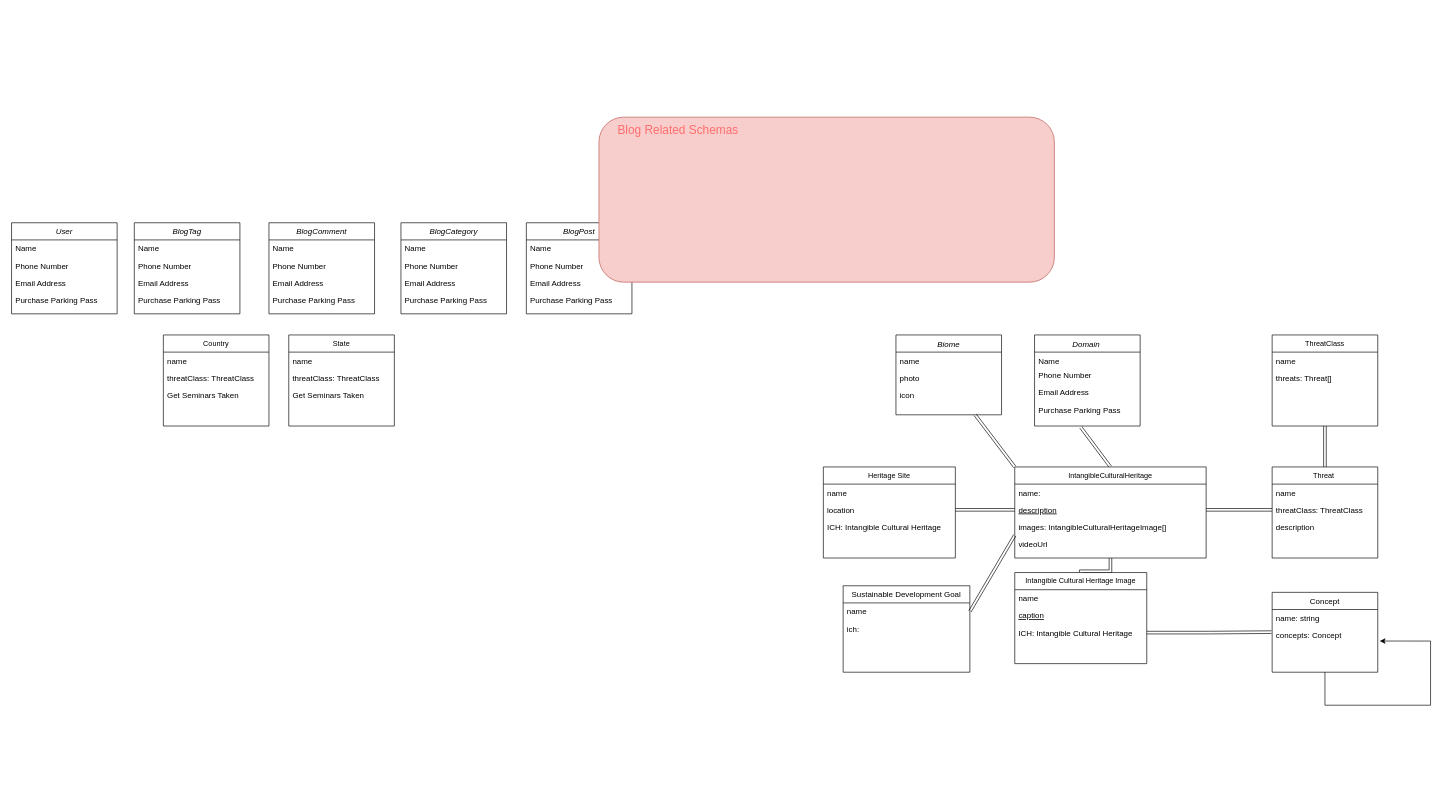
etefaghian/work-unesco keeps this draw.io diagram as Untitled Diagram.drawio. Above is the earlier version. Source tidied: cells renumbered, new cells numbered last; positions are measured from the earlier drawing's top-left corner, leaving out a move shared by most shapes. Both pictures are drawn from the tidied source at 66%, with x=0, y=0 at pixel (11, 117).
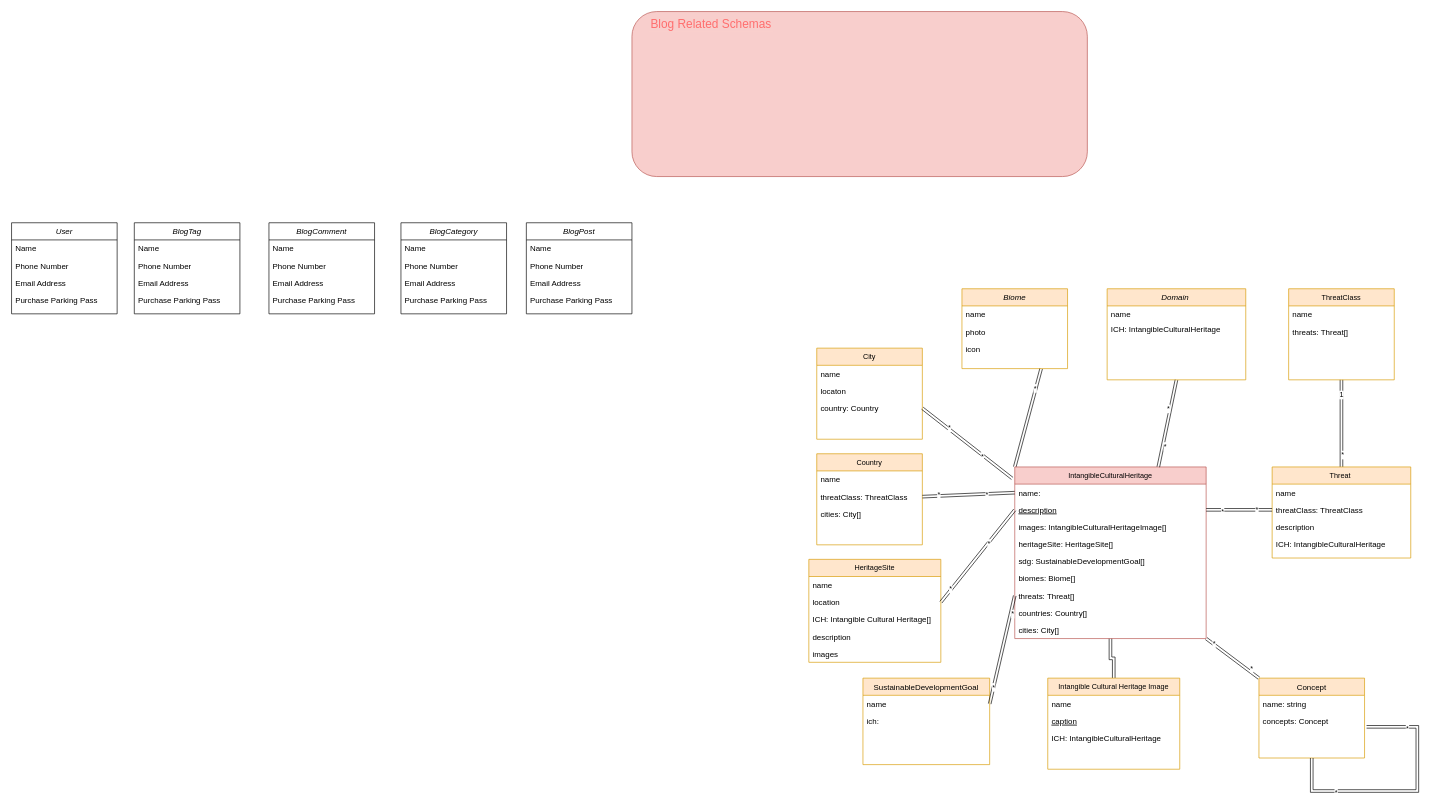
The same page after the edit.

The change refers to these unchanged cells:
```xml
<mxCell id="2" style="edgeStyle=none;shape=link;rounded=0;jettySize=auto;html=1;exitX=0.75;exitY=1;exitDx=0;exitDy=0;entryX=0;entryY=0;entryDx=0;entryDy=0;" parent="1" edge="1" source="3" target="9">
  <mxGeometry relative="1" as="geometry" />
</mxCell>
<mxCell id="10" value="name:" style="text;align=left;verticalAlign=top;spacingLeft=4;spacingRight=4;overflow=hidden;points=[[0,0.5],[1,0.5]];portConstraint=eastwest;" parent="9" vertex="1">
  <mxGeometry y="26" width="290" height="26" as="geometry" />
</mxCell>
<mxCell id="16" value="concepts: Concept" style="text;align=left;verticalAlign=top;spacingLeft=4;spacingRight=4;overflow=hidden;points=[[0,0.5],[1,0.5]];portConstraint=eastwest;" parent="14" vertex="1">
  <mxGeometry y="52" width="160" height="26" as="geometry" />
</mxCell>
<mxCell id="25" style="edgeStyle=orthogonalEdgeStyle;rounded=0;jettySize=auto;html=1;exitX=0.5;exitY=1;exitDx=0;exitDy=0;entryX=0.5;entryY=0;entryDx=0;entryDy=0;shape=link;" parent="1" edge="1" source="26" target="29">
  <mxGeometry relative="1" as="geometry" />
</mxCell>
<mxCell id="48" value="threatClass: ThreatClass" style="text;align=left;verticalAlign=top;spacingLeft=4;spacingRight=4;overflow=hidden;points=[[0,0.5],[1,0.5]];portConstraint=eastwest;rounded=0;shadow=0;html=0;" parent="46" vertex="1">
  <mxGeometry y="52" width="160" height="26" as="geometry" />
</mxCell>
<mxCell id="78" style="edgeStyle=none;shape=link;rounded=0;jettySize=auto;html=1;exitX=1;exitY=0.5;exitDx=0;exitDy=0;entryX=0;entryY=0.5;entryDx=0;entryDy=0;" parent="1" edge="1" source="11" target="31">
  <mxGeometry relative="1" as="geometry" />
</mxCell>
<mxCell id="79" style="edgeStyle=none;shape=link;rounded=0;jettySize=auto;html=1;exitX=1;exitY=0.5;exitDx=0;exitDy=0;entryX=0;entryY=0.5;entryDx=0;entryDy=0;" parent="1" edge="1" source="23" target="11">
  <mxGeometry relative="1" as="geometry" />
</mxCell>
<mxCell id="80" style="edgeStyle=none;shape=link;rounded=0;jettySize=auto;html=1;exitX=1;exitY=0.5;exitDx=0;exitDy=0;entryX=0;entryY=0.75;entryDx=0;entryDy=0;" parent="1" edge="1" source="19" target="9">
  <mxGeometry relative="1" as="geometry" />
</mxCell>
```

The edit, as a diff of the source:
```diff
@@
+    <mxCell id="81" value="*" style="edgeLabel;html=1;align=center;verticalAlign=middle;" parent="2" vertex="1">
+      <mxGeometry x="-0.6" y="-1" relative="1" as="geometry" />
+    </mxCell>
-    <mxCell id="3" value="Biome" style="swimlane;fontStyle=2;align=center;verticalAlign=top;horizontal=1;startSize=26;rounded=0;shadow=0;strokeWidth=1;" parent="1" vertex="1">
-      <mxGeometry x="1340" y="330" width="160" height="121" as="geometry" />
+    <mxCell id="3" value="Biome" style="swimlane;fontStyle=2;align=center;verticalAlign=top;horizontal=1;startSize=26;rounded=0;shadow=0;strokeWidth=1;fillColor=#ffe6cc;strokeColor=#d79b00;" parent="1" vertex="1">
+      <mxGeometry x="1440" y="260" width="160" height="121" as="geometry" />
     </mxCell>
@@
-    <mxCell id="8" style="edgeStyle=none;shape=link;rounded=0;jettySize=auto;html=1;exitX=0.5;exitY=0;exitDx=0;exitDy=0;" parent="1" edge="1" source="9">
-      <mxGeometry relative="1" as="geometry">
-        <mxPoint x="1620.1" y="470" as="targetPoint" />
-      </mxGeometry>
-    </mxCell>
+    <mxCell id="82" style="edgeStyle=none;shape=link;rounded=0;jettySize=auto;html=1;exitX=1;exitY=1;exitDx=0;exitDy=0;entryX=0;entryY=0;entryDx=0;entryDy=0;labelBackgroundColor=#FFB570;" parent="1" edge="1" source="9" target="14">
+      <mxGeometry relative="1" as="geometry" />
+    </mxCell>
+    <mxCell id="83" value="*" style="edgeLabel;html=1;align=center;verticalAlign=middle;" parent="82" vertex="1">
+      <mxGeometry x="-0.72" y="1" relative="1" as="geometry" />
+    </mxCell>
+    <mxCell id="84" value="*" style="edgeLabel;html=1;align=center;verticalAlign=middle;" parent="82" vertex="1">
+      <mxGeometry x="0.63" y="5" relative="1" as="geometry" />
+    </mxCell>
-    <mxCell id="9" value="IntangibleCulturalHeritage" style="swimlane;fontStyle=0;align=center;verticalAlign=top;horizontal=1;startSize=26;rounded=0;shadow=0;strokeWidth=1;fontSize=11;" parent="1" vertex="1">
-      <mxGeometry x="1520" y="530" width="290" height="138" as="geometry" />
+    <mxCell id="9" value="IntangibleCulturalHeritage" style="swimlane;fontStyle=0;align=center;verticalAlign=top;horizontal=1;startSize=26;rounded=0;shadow=0;strokeWidth=1;fontSize=11;fillColor=#f8cecc;strokeColor=#b85450;" parent="1" vertex="1">
+      <mxGeometry x="1520" y="530" width="290" height="260" as="geometry" />
     </mxCell>
@@
-    <mxCell id="13" value="videoUrl" style="text;align=left;verticalAlign=top;spacingLeft=4;spacingRight=4;overflow=hidden;" parent="9" vertex="1">
+    <mxCell id="13" value="heritageSite: HeritageSite[]" style="text;align=left;verticalAlign=top;spacingLeft=4;spacingRight=4;overflow=hidden;" parent="9" vertex="1">
       <mxGeometry y="104" width="290" height="26" as="geometry" />
     </mxCell>
+    <mxCell id="85" value="sdg: SustainableDevelopmentGoal[]" style="text;align=left;verticalAlign=top;spacingLeft=4;spacingRight=4;overflow=hidden;" parent="9" vertex="1">
+      <mxGeometry y="130" width="290" height="26" as="geometry" />
+    </mxCell>
+    <mxCell id="86" value="biomes: Biome[]" style="text;align=left;verticalAlign=top;spacingLeft=4;spacingRight=4;overflow=hidden;" parent="9" vertex="1">
+      <mxGeometry y="156" width="290" height="26" as="geometry" />
+    </mxCell>
+    <mxCell id="87" value="threats: Threat[]&#10; " style="text;align=left;verticalAlign=top;spacingLeft=4;spacingRight=4;overflow=hidden;" parent="9" vertex="1">
+      <mxGeometry y="182" width="290" height="26" as="geometry" />
+    </mxCell>
+    <mxCell id="88" value="countries: Country[]&#10; " style="text;align=left;verticalAlign=top;spacingLeft=4;spacingRight=4;overflow=hidden;" parent="9" vertex="1">
+      <mxGeometry y="208" width="290" height="26" as="geometry" />
+    </mxCell>
+    <mxCell id="89" value="cities: City[]&#10; " style="text;align=left;verticalAlign=top;spacingLeft=4;spacingRight=4;overflow=hidden;" parent="9" vertex="1">
+      <mxGeometry y="234" width="290" height="26" as="geometry" />
+    </mxCell>
-    <mxCell id="14" value="Concept" style="swimlane;fontStyle=0;align=center;verticalAlign=top;horizontal=1;startSize=26;rounded=0;shadow=0;strokeWidth=1;" parent="1" vertex="1">
-      <mxGeometry x="1910" y="720" width="160" height="121" as="geometry" />
+    <mxCell id="14" value="Concept" style="swimlane;fontStyle=0;align=center;verticalAlign=top;horizontal=1;startSize=26;rounded=0;shadow=0;strokeWidth=1;fillColor=#ffe6cc;strokeColor=#d79b00;" parent="1" vertex="1">
+      <mxGeometry x="1890" y="850" width="160" height="121" as="geometry" />
     </mxCell>
@@
-    <mxCell id="17" style="edgeStyle=orthogonalEdgeStyle;rounded=0;jettySize=auto;html=1;exitX=0.5;exitY=1;exitDx=0;exitDy=0;entryX=1.019;entryY=0.837;entryDx=0;entryDy=0;entryPerimeter=0;" parent="14" edge="1" source="14" target="16">
+    <mxCell id="17" style="edgeStyle=orthogonalEdgeStyle;rounded=0;jettySize=auto;html=1;exitX=0.5;exitY=1;exitDx=0;exitDy=0;entryX=1.019;entryY=0.837;entryDx=0;entryDy=0;entryPerimeter=0;shape=link;" parent="14" edge="1" source="14" target="16">
       <mxGeometry relative="1" as="geometry">
         <Array as="points">
           <mxPoint x="80" y="171" />
           <mxPoint x="240" y="171" />
           <mxPoint x="240" y="74" />
         </Array>
       </mxGeometry>
     </mxCell>
+    <mxCell id="90" value="*" style="edgeLabel;html=1;align=center;verticalAlign=middle;" parent="17" vertex="1">
+      <mxGeometry x="0.68" y="2" relative="1" as="geometry" />
+    </mxCell>
+    <mxCell id="91" value="*" style="edgeLabel;html=1;align=center;verticalAlign=middle;" parent="17" vertex="1">
+      <mxGeometry x="-0.55" y="-1" relative="1" as="geometry" />
+    </mxCell>
-    <mxCell id="18" value="Sustainable Development Goal" style="swimlane;fontStyle=0;align=center;verticalAlign=top;horizontal=1;startSize=26;rounded=0;shadow=0;strokeWidth=1;" parent="1" vertex="1">
-      <mxGeometry x="1260" y="710" width="192" height="131" as="geometry" />
+    <mxCell id="18" value="SustainableDevelopmentGoal" style="swimlane;fontStyle=0;align=center;verticalAlign=top;horizontal=1;startSize=26;rounded=0;shadow=0;strokeWidth=1;fillColor=#ffe6cc;strokeColor=#d79b00;" parent="1" vertex="1">
+      <mxGeometry x="1290" y="850" width="192" height="131" as="geometry" />
     </mxCell>
@@
-    <mxCell id="21" value="Heritage Site" style="swimlane;fontStyle=0;align=center;verticalAlign=top;horizontal=1;startSize=26;rounded=0;shadow=0;strokeWidth=1;fontSize=11;" parent="1" vertex="1">
-      <mxGeometry x="1230" y="530" width="200" height="138" as="geometry" />
+    <mxCell id="21" value="HeritageSite" style="swimlane;fontStyle=0;align=center;verticalAlign=top;horizontal=1;startSize=26;rounded=0;shadow=0;strokeWidth=1;fontSize=11;fillColor=#ffe6cc;strokeColor=#d79b00;" parent="1" vertex="1">
+      <mxGeometry x="1208" y="670" width="200" height="156" as="geometry" />
     </mxCell>
@@
-    <mxCell id="24" value="ICH: Intangible Cultural Heritage" style="text;align=left;verticalAlign=top;spacingLeft=4;spacingRight=4;overflow=hidden;" parent="21" vertex="1">
+    <mxCell id="24" value="ICH: Intangible Cultural Heritage[]" style="text;align=left;verticalAlign=top;spacingLeft=4;spacingRight=4;overflow=hidden;" parent="21" vertex="1">
       <mxGeometry y="78" width="200" height="26" as="geometry" />
     </mxCell>
+    <mxCell id="92" value="description" style="text;align=left;verticalAlign=top;spacingLeft=4;spacingRight=4;overflow=hidden;rounded=0;shadow=0;html=0;" parent="21" vertex="1">
+      <mxGeometry y="104" width="200" height="26" as="geometry" />
+    </mxCell>
+    <mxCell id="93" value="images" style="text;align=left;verticalAlign=top;spacingLeft=4;spacingRight=4;overflow=hidden;rounded=0;shadow=0;html=0;" parent="21" vertex="1">
+      <mxGeometry y="130" width="200" height="26" as="geometry" />
+    </mxCell>
@@
+    <mxCell id="94" value="*" style="edgeLabel;html=1;align=center;verticalAlign=middle;" parent="25" vertex="1">
+      <mxGeometry x="0.71" y="1" relative="1" as="geometry" />
+    </mxCell>
+    <mxCell id="95" value="1" style="edgeLabel;html=1;align=center;verticalAlign=middle;" parent="25" vertex="1">
+      <mxGeometry x="-0.66" y="-1" relative="1" as="geometry" />
+    </mxCell>
-    <mxCell id="26" value="ThreatClass" style="swimlane;fontStyle=0;align=center;verticalAlign=top;horizontal=1;startSize=26;rounded=0;shadow=0;strokeWidth=1;fontSize=11;" parent="1" vertex="1">
-      <mxGeometry x="1910" y="330" width="160" height="138" as="geometry" />
+    <mxCell id="26" value="ThreatClass" style="swimlane;fontStyle=0;align=center;verticalAlign=top;horizontal=1;startSize=26;rounded=0;shadow=0;strokeWidth=1;fontSize=11;fillColor=#ffe6cc;strokeColor=#d79b00;" parent="1" vertex="1">
+      <mxGeometry x="1935" y="260" width="160" height="138" as="geometry" />
     </mxCell>
@@
-    <mxCell id="29" value="Threat " style="swimlane;fontStyle=0;align=center;verticalAlign=top;horizontal=1;startSize=26;rounded=0;shadow=0;strokeWidth=1;fontSize=11;" parent="1" vertex="1">
-      <mxGeometry x="1910" y="530" width="160" height="138" as="geometry" />
+    <mxCell id="29" value="Threat " style="swimlane;fontStyle=0;align=center;verticalAlign=top;horizontal=1;startSize=26;rounded=0;shadow=0;strokeWidth=1;fontSize=11;fillColor=#ffe6cc;strokeColor=#d79b00;" parent="1" vertex="1">
+      <mxGeometry x="1910" y="530" width="210" height="138" as="geometry" />
     </mxCell>
     <mxCell id="30" value="name" style="text;align=left;verticalAlign=top;spacingLeft=4;spacingRight=4;overflow=hidden;" parent="29" vertex="1">
-      <mxGeometry y="26" width="160" height="26" as="geometry" />
+      <mxGeometry y="26" width="210" height="26" as="geometry" />
     </mxCell>
     <mxCell id="31" value="threatClass: ThreatClass" style="text;align=left;verticalAlign=top;spacingLeft=4;spacingRight=4;overflow=hidden;points=[[0,0.5],[1,0.5]];portConstraint=eastwest;rounded=0;shadow=0;html=0;" parent="29" vertex="1">
-      <mxGeometry y="52" width="160" height="26" as="geometry" />
+      <mxGeometry y="52" width="210" height="26" as="geometry" />
     </mxCell>
     <mxCell id="32" value="description" style="text;align=left;verticalAlign=top;spacingLeft=4;spacingRight=4;overflow=hidden;rounded=0;shadow=0;html=0;" parent="29" vertex="1">
-      <mxGeometry y="78" width="160" height="26" as="geometry" />
+      <mxGeometry y="78" width="210" height="26" as="geometry" />
     </mxCell>
+    <mxCell id="96" value="ICH: IntangibleCulturalHeritage" style="text;align=left;verticalAlign=top;spacingLeft=4;spacingRight=4;overflow=hidden;rounded=0;shadow=0;html=0;" parent="29" vertex="1">
+      <mxGeometry y="104" width="210" height="26" as="geometry" />
+    </mxCell>
+    <mxCell id="97" style="edgeStyle=none;shape=link;rounded=0;jettySize=auto;html=1;exitX=0.5;exitY=1;exitDx=0;exitDy=0;entryX=0.75;entryY=0;entryDx=0;entryDy=0;labelBackgroundColor=#FFB570;" parent="1" edge="1" source="33" target="9">
+      <mxGeometry relative="1" as="geometry" />
+    </mxCell>
+    <mxCell id="98" value="*" style="edgeLabel;html=1;align=center;verticalAlign=middle;" parent="97" vertex="1">
+      <mxGeometry x="-0.33" y="-3" relative="1" as="geometry" />
+    </mxCell>
+    <mxCell id="99" value="*" style="edgeLabel;html=1;align=center;verticalAlign=middle;" parent="97" vertex="1">
+      <mxGeometry x="0.51" y="3" relative="1" as="geometry" />
+    </mxCell>
-    <mxCell id="33" value="Domain " style="swimlane;fontStyle=2;align=center;verticalAlign=top;horizontal=1;startSize=26;rounded=0;shadow=0;strokeWidth=1;" parent="1" vertex="1">
-      <mxGeometry x="1550" y="330" width="160" height="138" as="geometry" />
+    <mxCell id="33" value="Domain " style="swimlane;fontStyle=2;align=center;verticalAlign=top;horizontal=1;startSize=26;rounded=0;shadow=0;strokeWidth=1;fillColor=#ffe6cc;strokeColor=#d79b00;" parent="1" vertex="1">
+      <mxGeometry x="1660" y="260" width="210" height="138" as="geometry" />
     </mxCell>
-    <mxCell id="34" value="Name" style="text;align=left;verticalAlign=top;spacingLeft=4;spacingRight=4;overflow=hidden;" parent="33" vertex="1">
-      <mxGeometry y="26" width="160" height="22" as="geometry" />
+    <mxCell id="34" value="name" style="text;align=left;verticalAlign=top;spacingLeft=4;spacingRight=4;overflow=hidden;" parent="33" vertex="1">
+      <mxGeometry y="26" width="210" height="22" as="geometry" />
     </mxCell>
-    <mxCell id="35" value="Phone Number" style="text;align=left;verticalAlign=top;spacingLeft=4;spacingRight=4;overflow=hidden;rounded=0;shadow=0;html=0;" parent="33" vertex="1">
-      <mxGeometry y="48" width="160" height="26" as="geometry" />
-    </mxCell>
-    <mxCell id="36" value="Email Address" style="text;align=left;verticalAlign=top;spacingLeft=4;spacingRight=4;overflow=hidden;rounded=0;shadow=0;html=0;" parent="33" vertex="1">
-      <mxGeometry y="74" width="160" height="26" as="geometry" />
-    </mxCell>
-    <mxCell id="37" value="Purchase Parking Pass" style="text;align=left;verticalAlign=top;spacingLeft=4;spacingRight=4;overflow=hidden;" parent="33" vertex="1">
-      <mxGeometry y="100" width="160" height="26" as="geometry" />
-    </mxCell>
+    <mxCell id="100" value="ICH: IntangibleCulturalHeritage" style="text;align=left;verticalAlign=top;spacingLeft=4;spacingRight=4;overflow=hidden;" parent="33" vertex="1">
+      <mxGeometry y="48" width="210" height="22" as="geometry" />
+    </mxCell>
-    <mxCell id="38" value="Intangible Cultural Heritage Image" style="swimlane;fontStyle=0;align=center;verticalAlign=top;horizontal=1;startSize=26;rounded=0;shadow=0;strokeWidth=1;fontSize=11;" parent="1" vertex="1">
-      <mxGeometry x="1520" y="690" width="200" height="138" as="geometry" />
+    <mxCell id="38" value="Intangible Cultural Heritage Image" style="swimlane;fontStyle=0;align=center;verticalAlign=top;horizontal=1;startSize=26;rounded=0;shadow=0;strokeWidth=1;fontSize=11;fillColor=#ffe6cc;strokeColor=#d79b00;" parent="1" vertex="1">
+      <mxGeometry x="1570" y="850" width="200" height="138" as="geometry" />
     </mxCell>
@@
-    <mxCell id="41" value="ICH: Intangible Cultural Heritage" style="text;align=left;verticalAlign=top;spacingLeft=4;spacingRight=4;overflow=hidden;points=[[0,0.5],[1,0.5]];portConstraint=eastwest;" parent="38" vertex="1">
+    <mxCell id="41" value="ICH: IntangibleCulturalHeritage" style="text;align=left;verticalAlign=top;spacingLeft=4;spacingRight=4;overflow=hidden;points=[[0,0.5],[1,0.5]];portConstraint=eastwest;" parent="38" vertex="1">
       <mxGeometry y="78" width="200" height="26" as="geometry" />
     </mxCell>
-    <mxCell id="42" value="State" style="swimlane;fontStyle=0;align=center;verticalAlign=top;horizontal=1;startSize=26;rounded=0;shadow=0;strokeWidth=1;fontSize=11;" parent="1" vertex="1">
-      <mxGeometry x="420" y="330" width="160" height="138" as="geometry" />
+    <mxCell id="42" value="City" style="swimlane;fontStyle=0;align=center;verticalAlign=top;horizontal=1;startSize=26;rounded=0;shadow=0;strokeWidth=1;fontSize=11;fillColor=#ffe6cc;strokeColor=#d79b00;" parent="1" vertex="1">
+      <mxGeometry x="1220" y="350" width="160" height="138" as="geometry" />
     </mxCell>
@@
-    <mxCell id="44" value="threatClass: ThreatClass" style="text;align=left;verticalAlign=top;spacingLeft=4;spacingRight=4;overflow=hidden;rounded=0;shadow=0;html=0;" parent="42" vertex="1">
+    <mxCell id="44" value="locaton" style="text;align=left;verticalAlign=top;spacingLeft=4;spacingRight=4;overflow=hidden;rounded=0;shadow=0;html=0;" parent="42" vertex="1">
       <mxGeometry y="52" width="160" height="26" as="geometry" />
     </mxCell>
-    <mxCell id="45" value="Get Seminars Taken" style="text;align=left;verticalAlign=top;spacingLeft=4;spacingRight=4;overflow=hidden;points=[[0,0.5],[1,0.5]];portConstraint=eastwest;" parent="42" vertex="1">
+    <mxCell id="45" value="country: Country" style="text;align=left;verticalAlign=top;spacingLeft=4;spacingRight=4;overflow=hidden;points=[[0,0.5],[1,0.5]];portConstraint=eastwest;" parent="42" vertex="1">
       <mxGeometry y="78" width="160" height="26" as="geometry" />
     </mxCell>
-    <mxCell id="46" value="Country" style="swimlane;fontStyle=0;align=center;verticalAlign=top;horizontal=1;startSize=26;rounded=0;shadow=0;strokeWidth=1;fontSize=11;" parent="1" vertex="1">
-      <mxGeometry x="230" y="330" width="160" height="138" as="geometry" />
+    <mxCell id="46" value="Country" style="swimlane;fontStyle=0;align=center;verticalAlign=top;horizontal=1;startSize=26;rounded=0;shadow=0;strokeWidth=1;fontSize=11;fillColor=#ffe6cc;strokeColor=#d79b00;" parent="1" vertex="1">
+      <mxGeometry x="1220" y="510" width="160" height="138" as="geometry" />
     </mxCell>
@@
-    <mxCell id="49" value="Get Seminars Taken" style="text;align=left;verticalAlign=top;spacingLeft=4;spacingRight=4;overflow=hidden;" parent="46" vertex="1">
+    <mxCell id="49" value="cities: City[]" style="text;align=left;verticalAlign=top;spacingLeft=4;spacingRight=4;overflow=hidden;" parent="46" vertex="1">
       <mxGeometry y="78" width="160" height="26" as="geometry" />
     </mxCell>
@@
     <mxCell id="75" style="rounded=1;whiteSpace=wrap;html=1;fillColor=#f8cecc;strokeColor=#b85450;" parent="1" vertex="1">
-      <mxGeometry x="890" width="690" height="250" as="geometry" />
+      <mxGeometry x="940" y="-160" width="690" height="250" as="geometry" />
     </mxCell>
     <mxCell id="76" value="&lt;font style=&quot;font-size: 18px&quot; color=&quot;#ff6e6e&quot;&gt;Blog Related Schemas&lt;/font&gt;" style="text;html=1;strokeColor=none;fillColor=#f8cecc;align=center;verticalAlign=middle;whiteSpace=wrap;rounded=0;" parent="1" vertex="1">
-      <mxGeometry x="915" y="10" width="190" height="20" as="geometry" />
+      <mxGeometry x="965" y="-150" width="190" height="20" as="geometry" />
     </mxCell>
-    <mxCell id="77" style="edgeStyle=orthogonalEdgeStyle;rounded=0;jettySize=auto;html=1;exitX=1;exitY=0.5;exitDx=0;exitDy=0;entryX=-0.007;entryY=0.318;entryDx=0;entryDy=0;entryPerimeter=0;shape=link;" parent="1" edge="1" source="41" target="16">
-      <mxGeometry relative="1" as="geometry" />
-    </mxCell>
@@
+    <mxCell id="101" value="*" style="edgeLabel;html=1;align=center;verticalAlign=middle;" parent="78" vertex="1">
+      <mxGeometry x="-0.53" y="-2" relative="1" as="geometry" />
+    </mxCell>
+    <mxCell id="102" value="*" style="edgeLabel;html=1;align=center;verticalAlign=middle;" parent="78" vertex="1">
+      <mxGeometry x="0.52" y="2" relative="1" as="geometry" />
+    </mxCell>
@@
+    <mxCell id="103" value="*" style="edgeLabel;html=1;align=center;verticalAlign=middle;" parent="79" vertex="1">
+      <mxGeometry x="-0.72" y="1" relative="1" as="geometry" />
+    </mxCell>
+    <mxCell id="104" value="*" style="edgeLabel;html=1;align=center;verticalAlign=middle;" parent="79" vertex="1">
+      <mxGeometry x="0.28" y="-1" relative="1" as="geometry" />
+    </mxCell>
@@
+    <mxCell id="105" value="*" style="edgeLabel;html=1;align=center;verticalAlign=middle;" parent="80" vertex="1">
+      <mxGeometry x="-0.69" relative="1" as="geometry" />
+    </mxCell>
+    <mxCell id="106" value="*" style="edgeLabel;html=1;align=center;verticalAlign=middle;" parent="80" vertex="1">
+      <mxGeometry x="0.67" y="-3" relative="1" as="geometry" />
+    </mxCell>
+    <mxCell id="107" style="edgeStyle=none;shape=link;rounded=0;jettySize=auto;html=1;exitX=1;exitY=0.5;exitDx=0;exitDy=0;entryX=-0.013;entryY=0.067;entryDx=0;entryDy=0;entryPerimeter=0;labelBackgroundColor=#FFB570;" parent="1" edge="1" source="45" target="9">
+      <mxGeometry relative="1" as="geometry" />
+    </mxCell>
+    <mxCell id="108" value="*" style="edgeLabel;html=1;align=center;verticalAlign=middle;" parent="107" vertex="1">
+      <mxGeometry x="-0.42" y="2" relative="1" as="geometry" />
+    </mxCell>
+    <mxCell id="109" value="*" style="edgeLabel;html=1;align=center;verticalAlign=middle;" parent="107" vertex="1">
+      <mxGeometry x="0.34" y="-1" relative="1" as="geometry" />
+    </mxCell>
+    <mxCell id="110" style="edgeStyle=none;shape=link;rounded=0;jettySize=auto;html=1;exitX=1;exitY=0.5;exitDx=0;exitDy=0;entryX=0;entryY=0.5;entryDx=0;entryDy=0;labelBackgroundColor=#FFB570;" parent="1" edge="1" source="48" target="10">
+      <mxGeometry relative="1" as="geometry" />
+    </mxCell>
+    <mxCell id="111" value="*" style="edgeLabel;html=1;align=center;verticalAlign=middle;" parent="110" vertex="1">
+      <mxGeometry x="-0.65" y="2" relative="1" as="geometry" />
+    </mxCell>
+    <mxCell id="112" value="*" style="edgeLabel;html=1;align=center;verticalAlign=middle;" parent="110" vertex="1">
+      <mxGeometry x="0.4" y="-1" relative="1" as="geometry" />
+    </mxCell>
```
